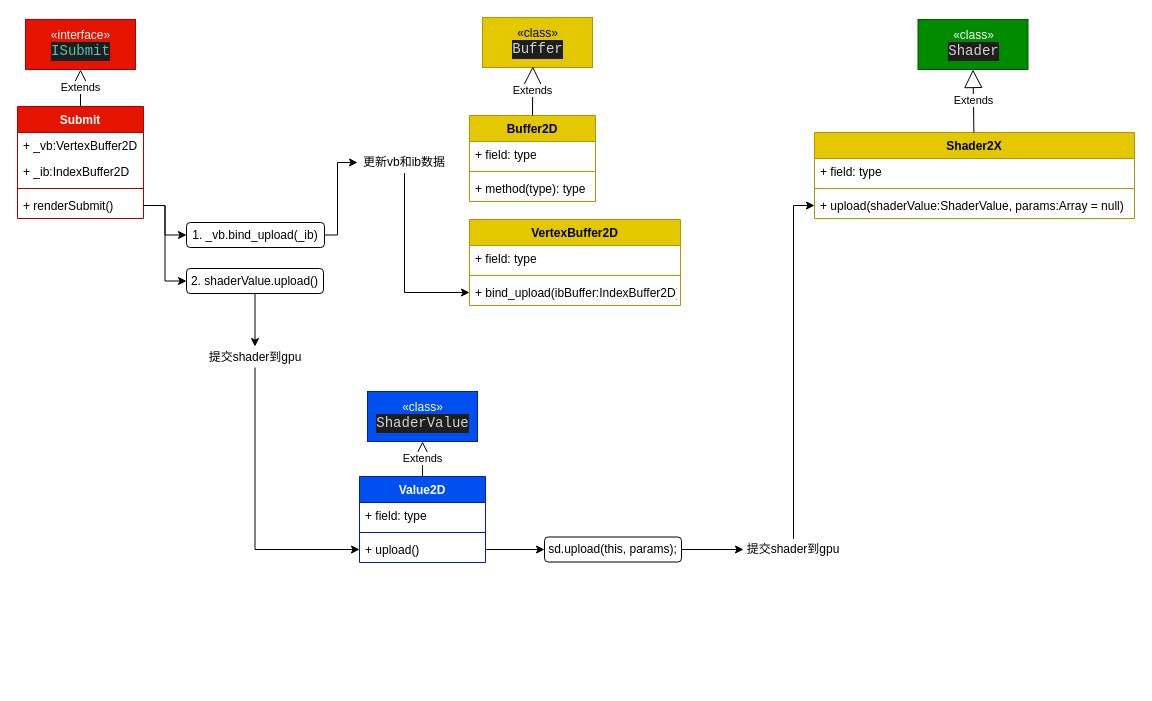
Above: page "laya渲染框架" (5 of 5) of LayaAir2/render2.drawio in breezerzxq/Diagram (draw.io), before the change. Source tidied: cells renumbered, new cells numbered last; positions are measured from the earlier drawing's top-left corner, leaving out a move shared by most shapes. Both pictures are drawn from the tidied source at 100%, with x=0, y=0 at pixel (17, 17).
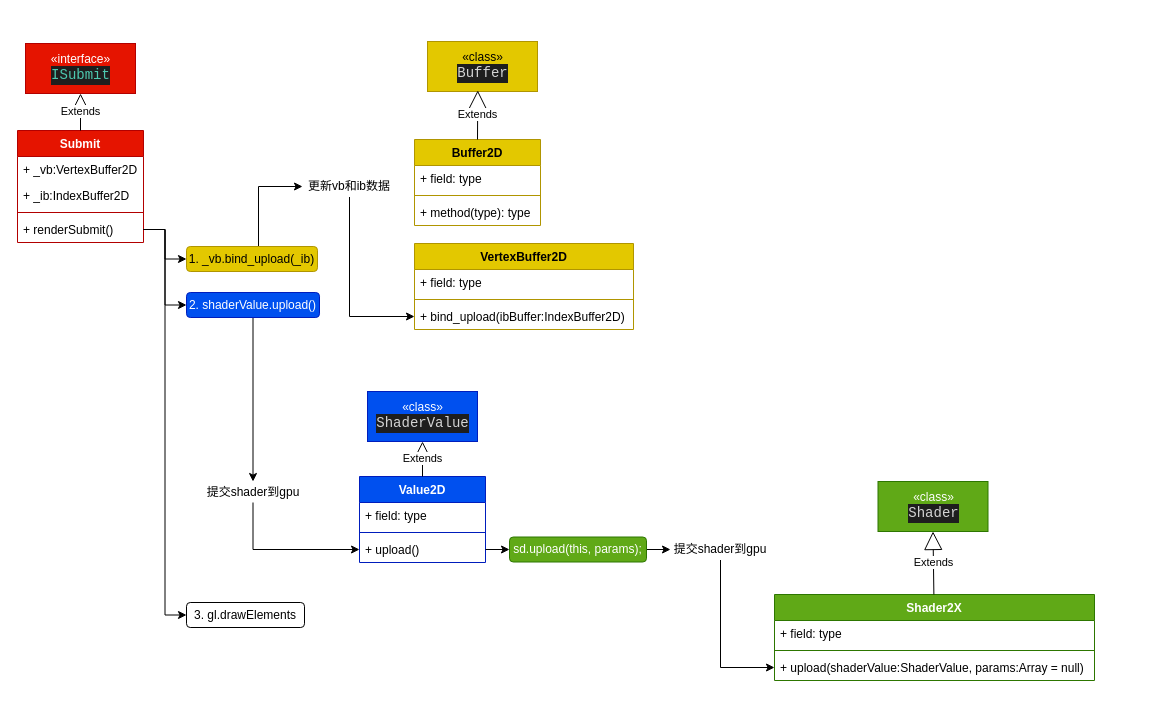
Above is the later version.

The change refers to these unchanged cells:
```xml
<mxCell id="13" value="+ renderSubmit()" style="text;strokeColor=none;fillColor=none;align=left;verticalAlign=top;spacingLeft=4;spacingRight=4;overflow=hidden;points=[[0,0.5],[1,0.5]];portConstraint=eastwest;" parent="9" vertex="1">
  <mxGeometry y="86" width="126" height="26" as="geometry" />
</mxCell>
```

Change to the diagram source:
```diff
@@
     <mxCell id="3" value="«class»&lt;br&gt;&lt;div style=&quot;color: rgb(212, 212, 212); background-color: rgb(30, 30, 30); font-family: Consolas, &amp;quot;Courier New&amp;quot;, monospace; font-size: 14px; line-height: 19px;&quot;&gt;Buffer&lt;/div&gt;" style="html=1;fillColor=#e3c800;fontColor=#000000;strokeColor=#B09500;" parent="1" vertex="1">
-      <mxGeometry x="465" width="110" height="50" as="geometry" />
+      <mxGeometry x="410" y="24" width="110" height="50" as="geometry" />
     </mxCell>
     <mxCell id="4" value="«interface»&lt;br&gt;&lt;div style=&quot;color: rgb(212, 212, 212); background-color: rgb(30, 30, 30); font-family: Consolas, &amp;quot;Courier New&amp;quot;, monospace; font-size: 14px; line-height: 19px;&quot;&gt;&lt;span style=&quot;color: #4ec9b0;&quot;&gt;ISubmit&lt;/span&gt;&lt;/div&gt;" style="html=1;fillColor=#e51400;fontColor=#ffffff;strokeColor=#B20000;" parent="1" vertex="1">
-      <mxGeometry x="8" y="2" width="110" height="50" as="geometry" />
+      <mxGeometry x="8" y="26" width="110" height="50" as="geometry" />
     </mxCell>
@@
     <mxCell id="9" value="Submit" style="swimlane;fontStyle=1;align=center;verticalAlign=top;horizontal=1;startSize=26;fillColor=#e51400;fontColor=#ffffff;strokeColor=#B20000;" parent="1" vertex="1">
-      <mxGeometry y="89" width="126" height="112" as="geometry" />
+      <mxGeometry y="113" width="126" height="112" as="geometry" />
     </mxCell>
@@
     <mxCell id="14" value="Buffer2D" style="swimlane;fontStyle=1;align=center;verticalAlign=top;horizontal=1;startSize=26;fillColor=#e3c800;fontColor=#000000;strokeColor=#B09500;" parent="1" vertex="1">
-      <mxGeometry x="452" y="98" width="126" height="86" as="geometry" />
+      <mxGeometry x="397" y="122" width="126" height="86" as="geometry" />
     </mxCell>
@@
     <mxCell id="21" style="edgeStyle=orthogonalEdgeStyle;rounded=0;jettySize=auto;html=1;" parent="1" edge="1" source="22" target="24">
       <mxGeometry relative="1" as="geometry">
         <Array as="points">
-          <mxPoint x="320" y="218" />
+          <mxPoint x="241" y="169" />
         </Array>
       </mxGeometry>
     </mxCell>
-    <mxCell id="22" value="1. _vb.bind_upload(_ib)" style="rounded=1;whiteSpace=wrap;html=1;" parent="1" vertex="1">
-      <mxGeometry x="169" y="205" width="138" height="25" as="geometry" />
+    <mxCell id="22" value="1. _vb.bind_upload(_ib)" style="rounded=1;whiteSpace=wrap;html=1;fillColor=#e3c800;fontColor=#000000;strokeColor=#B09500;" parent="1" vertex="1">
+      <mxGeometry x="169" y="229" width="131" height="25" as="geometry" />
     </mxCell>
@@
     <mxCell id="24" value="更新vb和ib数据" style="text;html=1;strokeColor=none;fillColor=none;align=center;verticalAlign=middle;whiteSpace=wrap;rounded=0;" parent="1" vertex="1">
-      <mxGeometry x="340" y="134.5" width="94" height="21" as="geometry" />
+      <mxGeometry x="285" y="158.5" width="94" height="21" as="geometry" />
     </mxCell>
@@
-    <mxCell id="27" value="2. shaderValue.upload()" style="rounded=1;whiteSpace=wrap;html=1;" parent="1" vertex="1">
-      <mxGeometry x="169" y="251" width="137" height="25" as="geometry" />
+    <mxCell id="27" value="2. shaderValue.upload()" style="rounded=1;whiteSpace=wrap;html=1;fillColor=#0050ef;fontColor=#ffffff;strokeColor=#001DBC;" parent="1" vertex="1">
+      <mxGeometry x="169" y="275" width="133" height="25" as="geometry" />
     </mxCell>
@@
     <mxCell id="29" value="提交shader到gpu" style="text;html=1;strokeColor=none;fillColor=none;align=center;verticalAlign=middle;whiteSpace=wrap;rounded=0;" parent="1" vertex="1">
-      <mxGeometry x="187.5" y="329" width="100" height="21" as="geometry" />
+      <mxGeometry x="185.5" y="464" width="100" height="21" as="geometry" />
     </mxCell>
@@
-    <mxCell id="31" value="«class»&lt;br&gt;&lt;div style=&quot;color: rgb(212, 212, 212); background-color: rgb(30, 30, 30); font-family: Consolas, &amp;quot;Courier New&amp;quot;, monospace; font-size: 14px; line-height: 19px;&quot;&gt;Shader&lt;/div&gt;" style="html=1;fillColor=#008a00;fontColor=#ffffff;strokeColor=#005700;" parent="1" vertex="1">
-      <mxGeometry x="900.5" y="2" width="110" height="50" as="geometry" />
+    <mxCell id="31" value="«class»&lt;br&gt;&lt;div style=&quot;color: rgb(212, 212, 212); background-color: rgb(30, 30, 30); font-family: Consolas, &amp;quot;Courier New&amp;quot;, monospace; font-size: 14px; line-height: 19px;&quot;&gt;Shader&lt;/div&gt;" style="html=1;fillColor=#60a917;fontColor=#ffffff;strokeColor=#2D7600;" parent="1" vertex="1">
+      <mxGeometry x="860.5" y="464" width="110" height="50" as="geometry" />
     </mxCell>
-    <mxCell id="32" value="Shader2X" style="swimlane;fontStyle=1;align=center;verticalAlign=top;horizontal=1;startSize=26;fillColor=#e3c800;fontColor=#000000;strokeColor=#B09500;" parent="1" vertex="1">
-      <mxGeometry x="797" y="115" width="320" height="86" as="geometry" />
+    <mxCell id="32" value="Shader2X" style="swimlane;fontStyle=1;align=center;verticalAlign=top;horizontal=1;startSize=26;fillColor=#60a917;fontColor=#ffffff;strokeColor=#2D7600;" parent="1" vertex="1">
+      <mxGeometry x="757" y="577" width="320" height="86" as="geometry" />
     </mxCell>
@@
     <mxCell id="37" value="VertexBuffer2D" style="swimlane;fontStyle=1;align=center;verticalAlign=top;horizontal=1;startSize=26;fillColor=#e3c800;fontColor=#000000;strokeColor=#B09500;" parent="1" vertex="1">
-      <mxGeometry x="452" y="202" width="211" height="86" as="geometry" />
+      <mxGeometry x="397" y="226" width="219" height="86" as="geometry" />
     </mxCell>
     <mxCell id="38" value="+ field: type" style="text;strokeColor=none;fillColor=none;align=left;verticalAlign=top;spacingLeft=4;spacingRight=4;overflow=hidden;" parent="37" vertex="1">
-      <mxGeometry y="26" width="211" height="26" as="geometry" />
+      <mxGeometry y="26" width="219" height="26" as="geometry" />
     </mxCell>
     <mxCell id="39" style="line;strokeWidth=1;fillColor=none;align=left;verticalAlign=middle;spacingTop=-1;spacingLeft=3;spacingRight=3;labelPosition=right;strokeColor=inherit;" parent="37" vertex="1">
-      <mxGeometry y="52" width="211" height="8" as="geometry" />
+      <mxGeometry y="52" width="219" height="8" as="geometry" />
     </mxCell>
     <mxCell id="40" value="+ bind_upload(ibBuffer:IndexBuffer2D)" style="text;strokeColor=none;fillColor=none;align=left;verticalAlign=top;spacingLeft=4;spacingRight=4;overflow=hidden;points=[[0,0.5],[1,0.5]];portConstraint=eastwest;" parent="37" vertex="1">
-      <mxGeometry y="60" width="211" height="26" as="geometry" />
+      <mxGeometry y="60" width="219" height="26" as="geometry" />
     </mxCell>
@@
-    <mxCell id="42" value="sd.upload(this, params);" style="rounded=1;whiteSpace=wrap;html=1;" parent="1" vertex="1">
-      <mxGeometry x="527" y="519.5" width="137" height="25" as="geometry" />
+    <mxCell id="42" value="sd.upload(this, params);" style="rounded=1;whiteSpace=wrap;html=1;fillColor=#60a917;fontColor=#ffffff;strokeColor=#2D7600;" parent="1" vertex="1">
+      <mxGeometry x="492" y="519.5" width="137" height="25" as="geometry" />
     </mxCell>
@@
     <mxCell id="45" value="提交shader到gpu" style="text;html=1;strokeColor=none;fillColor=none;align=center;verticalAlign=middle;whiteSpace=wrap;rounded=0;" parent="1" vertex="1">
-      <mxGeometry x="726" y="521.5" width="100" height="21" as="geometry" />
+      <mxGeometry x="653" y="521.5" width="100" height="21" as="geometry" />
     </mxCell>
+    <mxCell id="46" value="3.&amp;nbsp;gl.drawElements" style="rounded=1;whiteSpace=wrap;html=1;" parent="1" vertex="1">
+      <mxGeometry x="169" y="585" width="118" height="25" as="geometry" />
+    </mxCell>
+    <mxCell id="47" style="edgeStyle=orthogonalEdgeStyle;rounded=0;jettySize=auto;html=1;entryX=0;entryY=0.5;entryDx=0;entryDy=0;" parent="1" edge="1" source="13" target="46">
+      <mxGeometry relative="1" as="geometry" />
+    </mxCell>
```
